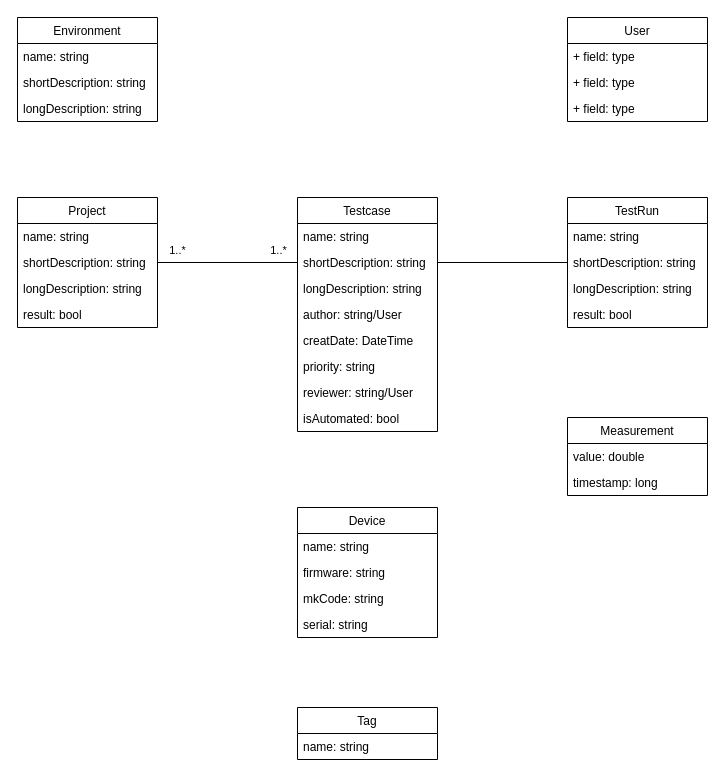
iiNomad23/FHV_BachelorThesis keeps this draw.io diagram as Misc/DrawIO/TCMS_DomainModel.drawio. Above is the earlier version. Source tidied: cells renumbered, new cells numbered last; positions are measured from the earlier drawing's top-left corner, leaving out a move shared by most shapes. Both pictures are drawn from the tidied source at 100%, with x=0, y=0 at pixel (17, 17).
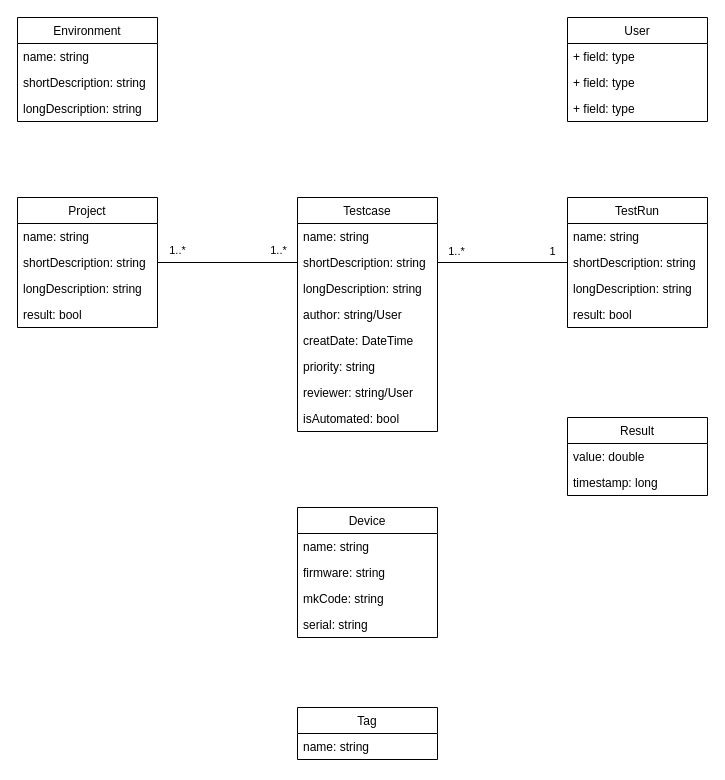
Above is the later version.

Unchanged cells that the change refers to:
```xml
<mxCell id="28" style="edgeStyle=orthogonalEdgeStyle;rounded=0;jettySize=auto;html=1;entryX=0;entryY=0.5;entryDx=0;entryDy=0;endArrow=none;endFill=0;exitX=1;exitY=0.5;exitDx=0;exitDy=0;" parent="1" edge="1" source="13" target="25">
  <mxGeometry relative="1" as="geometry" />
</mxCell>
```

Change to the diagram source:
```diff
@@
+    <mxCell id="43" value="1..*" style="edgeLabel;html=1;align=center;verticalAlign=middle;" parent="28" vertex="1">
+      <mxGeometry x="-0.72" y="2" relative="1" as="geometry">
+        <mxPoint y="-10" as="offset" />
+      </mxGeometry>
+    </mxCell>
+    <mxCell id="44" value="1" style="edgeLabel;html=1;align=center;verticalAlign=middle;" parent="28" vertex="1">
+      <mxGeometry x="0.75" y="2" relative="1" as="geometry">
+        <mxPoint y="-10" as="offset" />
+      </mxGeometry>
+    </mxCell>
@@
-    <mxCell id="40" value="Measurement" style="swimlane;fontStyle=0;horizontal=1;startSize=26;fillColor=none;" parent="1" vertex="1">
+    <mxCell id="40" value="Result" style="swimlane;fontStyle=0;horizontal=1;startSize=26;fillColor=none;" parent="1" vertex="1">
       <mxGeometry x="550" y="400" width="140" height="78" as="geometry" />
     </mxCell>
```
